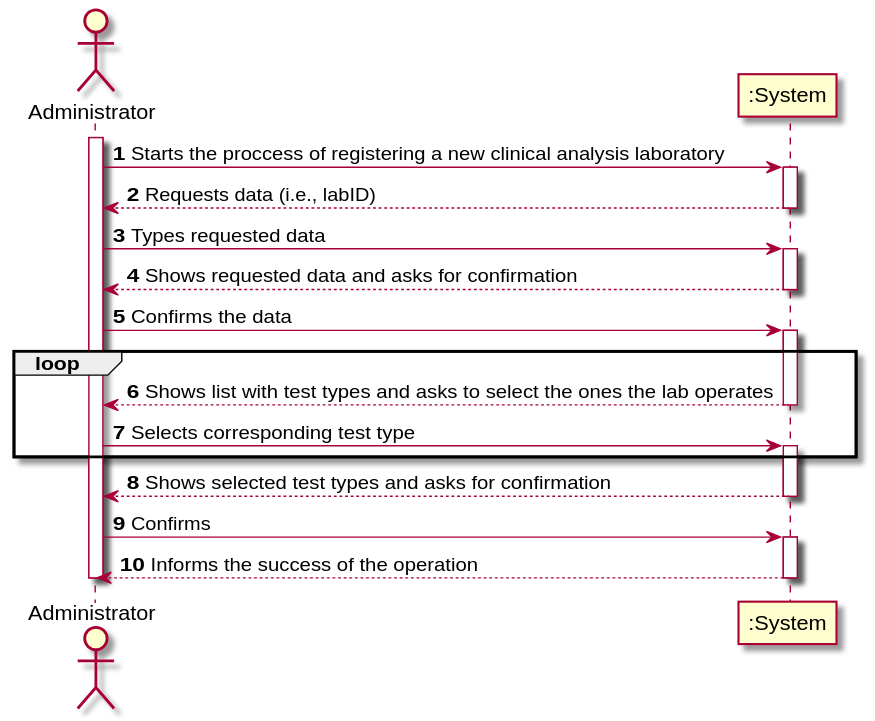
Above: docs/SprintB/US08/US8_SSD.svg in 0franciscor/lei-21-s2-1de-g19 (PlantUML), before the change. Source of this version:
```plantuml
@startuml
autonumber


actor "Administrator" as ADMIN

participant ":System" as SYST

activate ADMIN
ADMIN -> SYST : Starts the proccess of registering a new clinical analysis laboratory
activate SYST
SYST --> ADMIN : Requests data (i.e., labID)
deactivate SYST


ADMIN -> SYST : Types requested data
activate SYST
SYST --> ADMIN : Shows requested data and asks for confirmation
deactivate SYST

ADMIN -> SYST : Confirms the data
activate SYST

loop
SYST --> ADMIN : Shows list with test types and asks to select the ones the lab operates
deactivate SYST

ADMIN -> SYST : Selects corresponding test type
activate SYST
end

SYST --> ADMIN : Shows selected test types and asks for confirmation
deactivate SYST

ADMIN -> SYST : Confirms
activate SYST
SYST --> ADMIN : Informs the success of the operation
deactivate SYST

deactivate ADMIN
@enduml
```
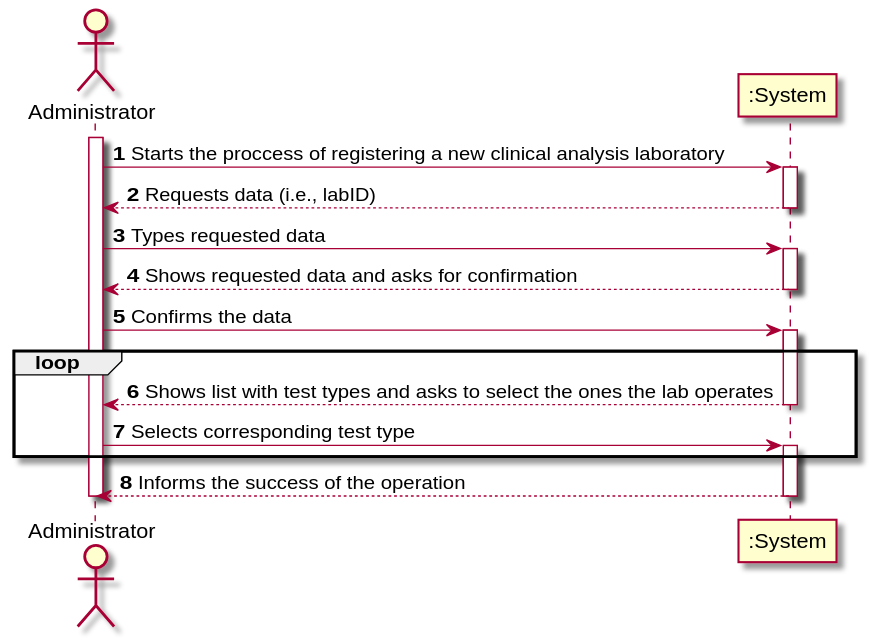
Later version of the same file.

Change to the diagram source:
```diff
@@ -29,11 +29,6 @@
 activate SYST
 end
 
-SYST --> ADMIN : Shows selected test types and asks for confirmation
-deactivate SYST
-
-ADMIN -> SYST : Confirms
-activate SYST
 SYST --> ADMIN : Informs the success of the operation
 deactivate SYST
 
```
